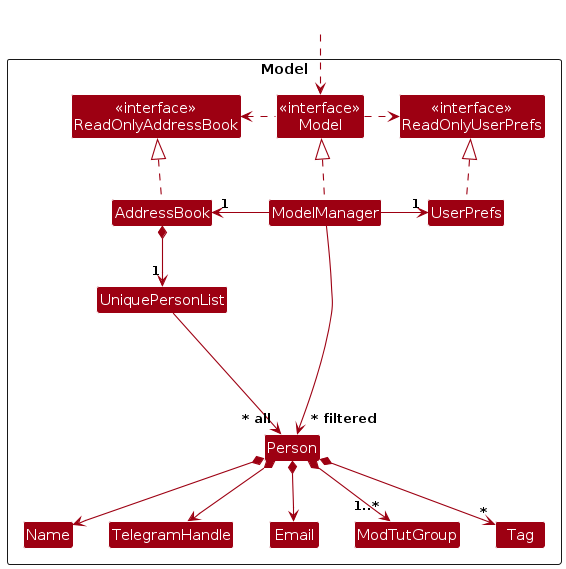
Before: diagrams/ModelClassDiagram.png, a diagram exported from PlantUML (AY2425S2-CS2103T-F10-4/tp). Its source is kept beside it as diagrams/ModelClassDiagram.puml.
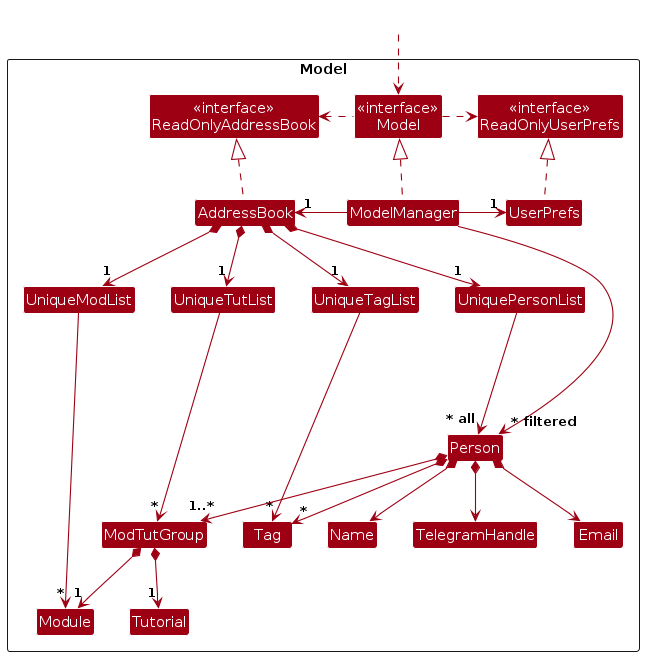
The same diagram one commit later.

The edit, as a diff of the source:
```diff
@@ -19,6 +19,11 @@
 Class Email
 Class ModTutGroup
 Class Tag
+Class Module
+Class Tutorial
+Class UniqueTagList
+Class UniqueModList
+Class UniqueTutList
 
 Class I #FFFFFF
 }
@@ -27,7 +32,6 @@
 HiddenOutside ..> Model
 
 AddressBook .up.|> ReadOnlyAddressBook
-
 ModelManager .up.|> Model
 Model .right.> ReadOnlyUserPrefs
 Model .left.> ReadOnlyAddressBook
@@ -35,20 +39,31 @@
 ModelManager -right-> "1" UserPrefs
 UserPrefs .up.|> ReadOnlyUserPrefs
 
+
 AddressBook *--> "1" UniquePersonList
-UniquePersonList --> "~* all" Person
-Person *--> Name
+AddressBook *--> "1" UniqueTagList
+AddressBook *--> "1" UniqueModList
+AddressBook *--> "1" UniqueTutList
+UniquePersonList ---> "~* all" Person
+UniqueTagList --> "*" Tag
+UniqueTutList --> "*" ModTutGroup
+
+Person *--> "*" Tag
+Person *--> "1..*" ModTutGroup
 Person *--> Email
 Person *--> TelegramHandle
-Person *--> "1..*" ModTutGroup
-Person *--> "*" Tag
+Person *--> Name
 
-Person -[hidden]up--> I
-UniquePersonList -[hidden]right-> I
+UniqueModList --> "*" Module
+ModTutGroup *--> "1" Module
+ModTutGroup *--> "1" Tutorial
 
-Name -[hidden]right-> TelegramHandle
-TelegramHandle -[hidden]right-> Email
-Email -[hidden]right-> ModTutGroup
+
+UniqueModList -[hidden]right-> UniqueTutList
+UniqueTutList -[hidden]right-> UniqueTagList
+UniqueTagList -[hidden]right-> UniquePersonList
+UniquePersonList -[hidden]right-> UniqueModList
+
 
 ModelManager --> "~* filtered" Person
 @enduml
```
